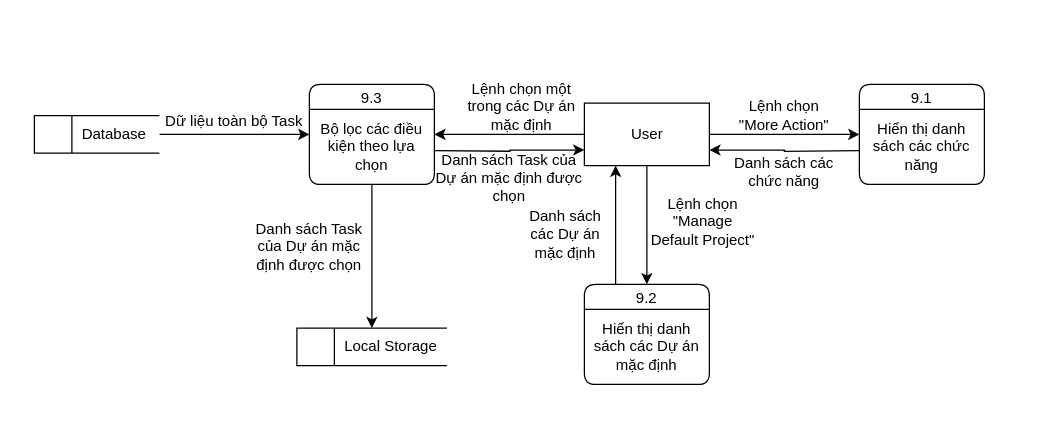
Earlier version of the draw.io diagram ToDoApp-Doc/Document/Diagram/DFD/DefaultProjectManagement/DFD_TODO_DefaultProjectManagement.drawio (Merevoli-DatLuu/To-Do-App). Source tidied: cells renumbered, new cells numbered last; positions are measured from the earlier drawing's top-left corner, leaving out a move shared by most shapes. Both pictures are drawn from the tidied source at 125%, with x=0, y=0 at pixel (21, 21).
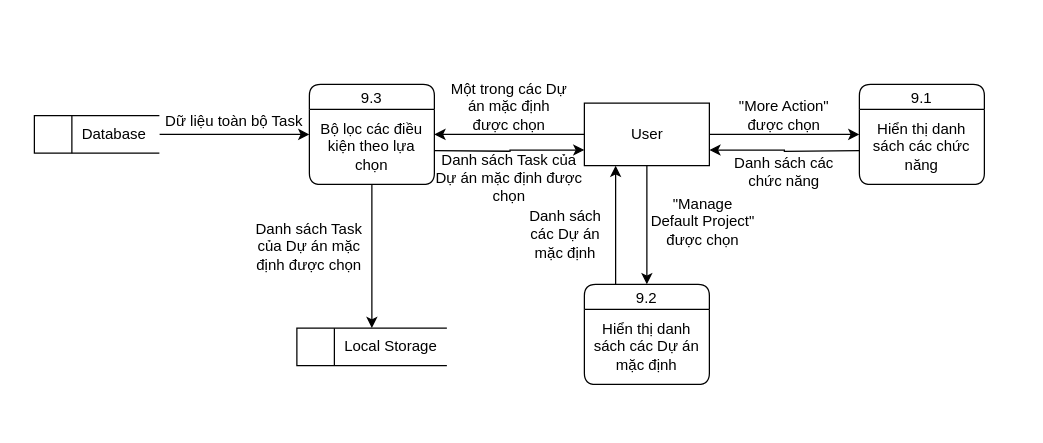
The same page after the edit.

Commit message (it also covers changes not shown here):
[Modified]: DefaultProjectManagement DFD

What changed in the source:
```diff
@@
-    <mxCell id="10" value="Lệnh chọn &lt;br&gt;&quot;More Action&quot;" style="text;html=1;strokeColor=none;fillColor=none;align=center;verticalAlign=middle;whiteSpace=wrap;rounded=0;" parent="1" vertex="1">
+    <mxCell id="10" value="&quot;More Action&quot;&lt;br&gt;được chọn" style="text;html=1;strokeColor=none;fillColor=none;align=center;verticalAlign=middle;whiteSpace=wrap;rounded=0;" parent="1" vertex="1">
       <mxGeometry x="550" y="65" width="120" height="20" as="geometry" />
     </mxCell>
@@
-    <mxCell id="14" value="Lệnh chọn &quot;Manage Default Project&quot;" style="text;html=1;strokeColor=none;fillColor=none;align=center;verticalAlign=middle;whiteSpace=wrap;rounded=0;" parent="1" vertex="1">
+    <mxCell id="14" value="&quot;Manage Default Project&quot; được chọn" style="text;html=1;strokeColor=none;fillColor=none;align=center;verticalAlign=middle;whiteSpace=wrap;rounded=0;" parent="1" vertex="1">
       <mxGeometry x="500" y="115" width="90" height="90" as="geometry" />
     </mxCell>
@@
-    <mxCell id="20" value="Lệnh chọn một trong các Dự án mặc định" style="text;html=1;strokeColor=none;fillColor=none;align=center;verticalAlign=middle;whiteSpace=wrap;rounded=0;" parent="1" vertex="1">
-      <mxGeometry x="350" y="50" width="100" height="35" as="geometry" />
+    <mxCell id="20" value="Một trong các Dự án mặc định &lt;br&gt;được chọn" style="text;html=1;strokeColor=none;fillColor=none;align=center;verticalAlign=middle;whiteSpace=wrap;rounded=0;" parent="1" vertex="1">
+      <mxGeometry x="340" y="50" width="100" height="35" as="geometry" />
     </mxCell>
```
